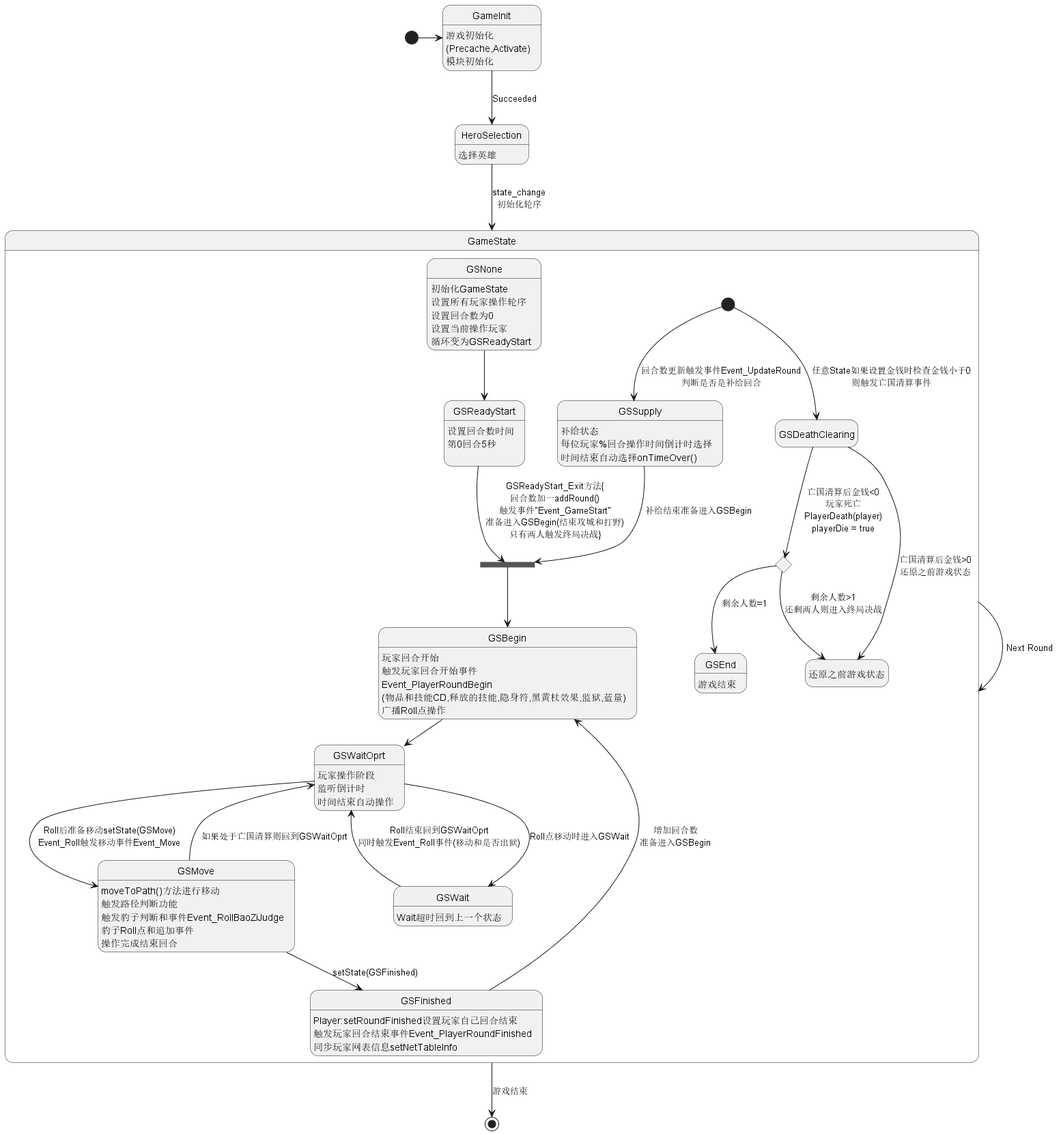
The PlantUML diagram out/GameLoop/GameLoop.png in york99alex/dafuwengx, before a commit. Its source is kept beside it as game/scripts/GameLoop.pu. Its diagram source:
```plantuml
@startuml GameLoop
hide empty description


[*] -> GameInit
GameInit --> HeroSelection : Succeeded
GameInit : 游戏初始化
GameInit : (Precache,Activate)
GameInit : 模块初始化
HeroSelection --> GameState : state_change\n初始化轮序
HeroSelection : 选择英雄
state GameState {
    GSNone : 初始化GameState\n设置所有玩家操作轮序\n设置回合数为0\n设置当前操作玩家\n循环变为GSReadyStart
    GSNone --> GSReadyStart
    GSReadyStart : 设置回合数时间\n第0回合5秒\n
    state ReadyStartTOBegin <<join>>
    GSReadyStart --> ReadyStartTOBegin :GSReadyStart_Exit方法{\n回合数加一addRound()\n触发事件"Event_GameStart"\n准备进入GSBegin(结束攻城和打野)\n只有两人触发终局决战}
    ReadyStartTOBegin --> GSBegin
    GSBegin : 玩家回合开始\n触发玩家回合开始事件\nEvent_PlayerRoundBegin\n(物品和技能CD,释放的技能,隐身符,黑黄杖效果,监狱,蓝量)\n广播Roll点操作
    GSBegin --> GSWaitOprt
    GSWaitOprt : 玩家操作阶段\n监听倒计时\n时间结束自动操作
    GSWaitOprt --> GSWait : Roll点移动时进入GSWait
    GSWait --> GSWaitOprt : Roll结束回到GSWaitOprt\n同时触发Event_Roll事件(移动和是否出狱)
    GSWait : Wait超时回到上一个状态
    GSWaitOprt --> GSMove : Roll后准备移动setGameState(GSMove)\nEvent_Roll触发移动事件Event_Move
    GSMove --> GSWaitOprt : 如果处于亡国清算则回到GSWaitOprt
    GSMove : moveToPath()方法进行移动\n触发路径判断功能\n触发豹子判断和事件Event_RollBaoZiJudge\n豹子Roll点和追加事件\n操作完成结束回合
    GSMove --> GSFinished : setGameState(GSFinished)
    GSFinished : Player:setRoundFinished设置玩家自己回合结束\n触发玩家回合结束事件Event_PlayerRoundFinished\n同步玩家网表信息setNetTableInfo
    GSFinished --> GSBegin : 增加回合数\n准备进入GSBegin
    [*] --> GSDeathClearing : 任意State如果设置金钱时检查金钱小于0\n则触发亡国清算事件
    state 玩家死亡 <<choice>>
    GSDeathClearing --> 还原之前游戏状态 : 亡国清算后金钱>0\n还原之前游戏状态
    GSDeathClearing --> 玩家死亡 : 亡国清算后金钱<0\n玩家死亡\nPlayerDeath(player)\nplayerDie = true
    玩家死亡 --> 还原之前游戏状态 : 剩余人数>1\n还剩两人则进入终局决战
    玩家死亡 --> [*] : 剩余人数=1\n游戏结束
    [*] --> GSSupply : 回合数更新触发事件Event_UpdateRound\n判断是否是补给回合
    GSSupply  --> ReadyStartTOBegin : 补给结束准备进入GSBegin
    GSSupply : 补给状态\n每位玩家%回合操作时间倒计时选择\n时间结束自动选择onTimeOver()
}
GameState --> GameState : Next Round
GameState --> [*] : 游戏结束

@enduml
```
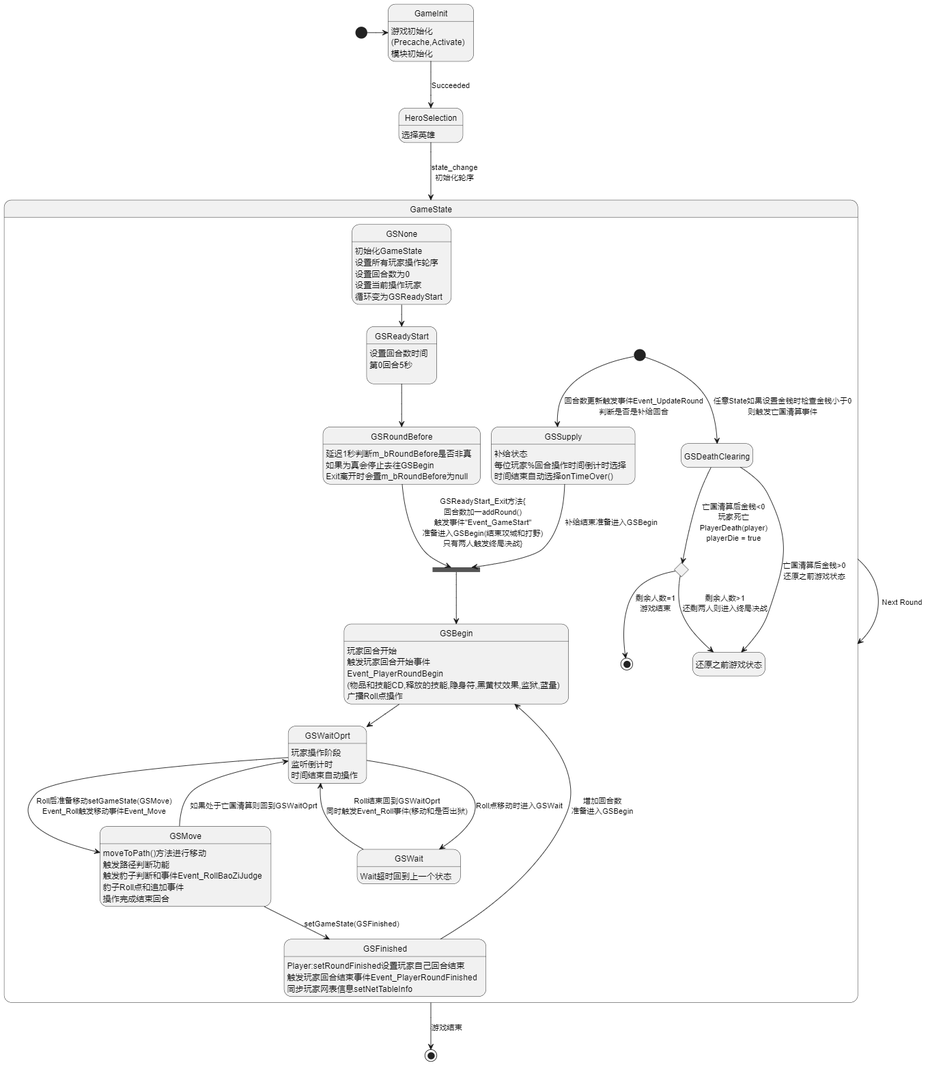
The same file after the commit.

Diff of the diagram source:
```diff
@@ -14,7 +14,11 @@
     GSNone --> GSReadyStart
     GSReadyStart : 设置回合数时间\n第0回合5秒\n
     state ReadyStartTOBegin <<join>>
-    GSReadyStart --> ReadyStartTOBegin :GSReadyStart_Exit方法{\n回合数加一addRound()\n触发事件"Event_GameStart"\n准备进入GSBegin(结束攻城和打野)\n只有两人触发终局决战}
+    GSReadyStart --> GSRoundBefore
+    GSRoundBefore : 延迟1秒判断m_bRoundBefore是否非真\n如果为真会停止去往GSBegin\nExit离开时会置m_bRoundBefore为null
+    GSRoundBefore --> GSMove : Event_PlayerRoundBefore触发\n攻城打野直到玩家新一个回合未结束\n则会进入Move移动到原本路径
+    GSMove --> GSRoundBefore
+    GSRoundBefore --> ReadyStartTOBegin : GSReadyStart_Exit方法{\n回合数加一addRound()\n触发事件"Event_GameStart"\n准备进入GSBegin(结束攻城和打野)\n只有两人触发终局决战}
     ReadyStartTOBegin --> GSBegin
     GSBegin : 玩家回合开始\n触发玩家回合开始事件\nEvent_PlayerRoundBegin\n(物品和技能CD,释放的技能,隐身符,黑黄杖效果,监狱,蓝量)\n广播Roll点操作
     GSBegin --> GSWaitOprt
```
